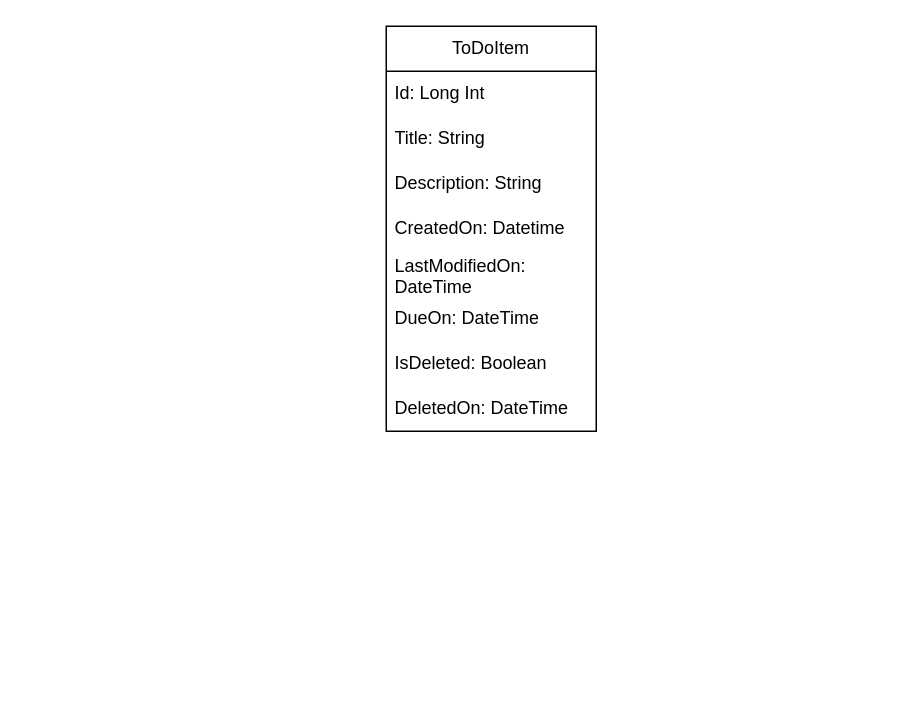
Above: docs/Entity Diagrams.drawio in RyanvanToorn/to-do-app (draw.io), before the change. Source tidied: cells renumbered, new cells numbered last; positions are measured from the earlier drawing's top-left corner, leaving out a move shared by most shapes. Both pictures are drawn from the tidied source at 150%, with x=0, y=0 at pixel (386, 26).
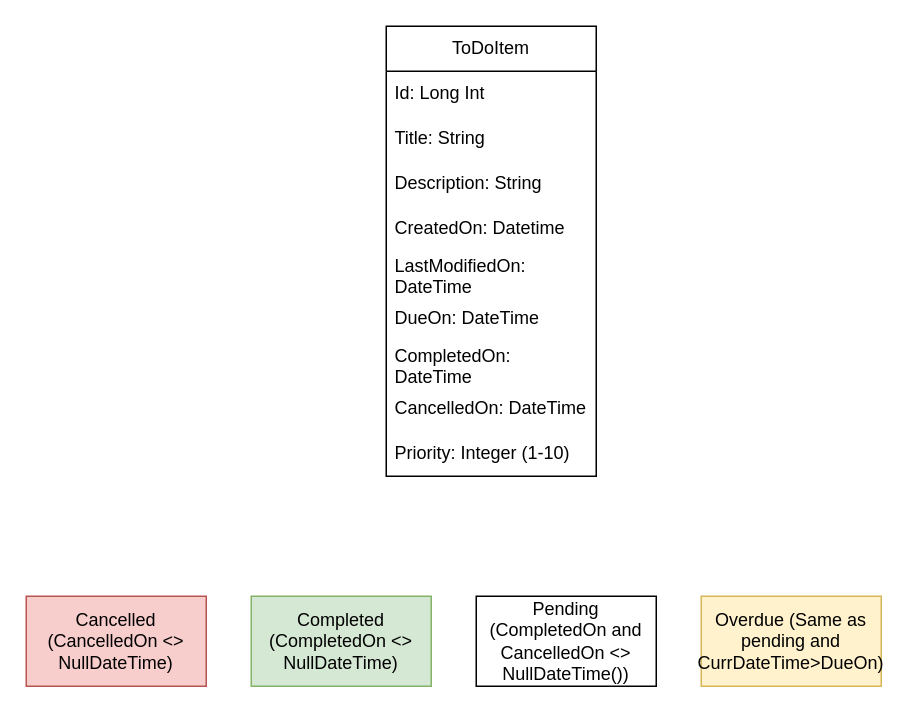
The same diagram, later.

The edit, as a diff of the source:
```diff
@@
 <mxGraphModel>
   <root>
     <mxCell id="0" />
     <mxCell id="1" parent="0" />
     <mxCell id="2" value="ToDoItem" style="swimlane;fontStyle=0;horizontal=1;startSize=30;whiteSpace=wrap;html=1;" parent="1" vertex="1">
-      <mxGeometry width="140" height="270" as="geometry" />
+      <mxGeometry width="140" height="300" as="geometry" />
     </mxCell>
     <mxCell id="3" value="Id: Long Int" style="text;strokeColor=none;fillColor=none;align=left;verticalAlign=middle;spacingLeft=4;spacingRight=4;overflow=hidden;whiteSpace=wrap;html=1;" parent="2" vertex="1">
       <mxGeometry y="30" width="140" height="30" as="geometry" />
     </mxCell>
     <mxCell id="4" value="Title: String" style="text;strokeColor=none;fillColor=none;align=left;verticalAlign=middle;spacingLeft=4;spacingRight=4;overflow=hidden;whiteSpace=wrap;html=1;" parent="2" vertex="1">
       <mxGeometry y="60" width="140" height="30" as="geometry" />
     </mxCell>
     <mxCell id="5" value="Description: String" style="text;strokeColor=none;fillColor=none;align=left;verticalAlign=middle;spacingLeft=4;spacingRight=4;overflow=hidden;whiteSpace=wrap;html=1;" parent="2" vertex="1">
       <mxGeometry y="90" width="140" height="30" as="geometry" />
     </mxCell>
     <mxCell id="6" value="CreatedOn: Datetime" style="text;strokeColor=none;fillColor=none;align=left;verticalAlign=middle;spacingLeft=4;spacingRight=4;overflow=hidden;whiteSpace=wrap;html=1;" parent="2" vertex="1">
       <mxGeometry y="120" width="140" height="30" as="geometry" />
     </mxCell>
     <mxCell id="7" value="LastModifiedOn: DateTime" style="text;strokeColor=none;fillColor=none;align=left;verticalAlign=middle;spacingLeft=4;spacingRight=4;overflow=hidden;whiteSpace=wrap;html=1;" parent="2" vertex="1">
       <mxGeometry y="150" width="140" height="30" as="geometry" />
     </mxCell>
     <mxCell id="8" value="DueOn: DateTime" style="text;strokeColor=none;fillColor=none;align=left;verticalAlign=middle;spacingLeft=4;spacingRight=4;overflow=hidden;whiteSpace=wrap;html=1;" parent="2" vertex="1">
       <mxGeometry y="180" width="140" height="30" as="geometry" />
     </mxCell>
-    <mxCell id="9" value="IsDeleted: Boolean" style="text;strokeColor=none;fillColor=none;align=left;verticalAlign=middle;spacingLeft=4;spacingRight=4;overflow=hidden;whiteSpace=wrap;html=1;" parent="2" vertex="1">
-      <mxGeometry y="210" width="140" height="30" as="geometry" />
-    </mxCell>
-    <mxCell id="10" value="DeletedOn: DateTime" style="text;strokeColor=none;fillColor=none;align=left;verticalAlign=middle;spacingLeft=4;spacingRight=4;overflow=hidden;whiteSpace=wrap;html=1;" parent="2" vertex="1">
-      <mxGeometry y="240" width="140" height="30" as="geometry" />
-    </mxCell>
+    <mxCell id="11" value="CompletedOn: DateTime" style="text;strokeColor=none;fillColor=none;align=left;verticalAlign=middle;spacingLeft=4;spacingRight=4;overflow=hidden;whiteSpace=wrap;html=1;" parent="2" vertex="1">
+      <mxGeometry y="210" width="140" height="30" as="geometry" />
+    </mxCell>
+    <mxCell id="12" value="CancelledOn: DateTime" style="text;strokeColor=none;fillColor=none;align=left;verticalAlign=middle;spacingLeft=4;spacingRight=4;overflow=hidden;whiteSpace=wrap;html=1;" parent="2" vertex="1">
+      <mxGeometry y="240" width="140" height="30" as="geometry" />
+    </mxCell>
+    <mxCell id="13" value="Priority: Integer (1-10)" style="text;strokeColor=none;fillColor=none;align=left;verticalAlign=middle;spacingLeft=4;spacingRight=4;overflow=hidden;whiteSpace=wrap;html=1;" parent="2" vertex="1">
+      <mxGeometry y="270" width="140" height="30" as="geometry" />
+    </mxCell>
+    <mxCell id="14" value="Cancelled (CancelledOn &amp;lt;&amp;gt; NullDateTime)" style="rounded=0;whiteSpace=wrap;html=1;fillColor=#f8cecc;strokeColor=#b85450;" parent="1" vertex="1">
+      <mxGeometry x="-240" y="380" width="120" height="60" as="geometry" />
+    </mxCell>
+    <mxCell id="15" value="Completed (CompletedOn &amp;lt;&amp;gt; NullDateTime)" style="rounded=0;whiteSpace=wrap;html=1;fillColor=#d5e8d4;strokeColor=#82b366;" parent="1" vertex="1">
+      <mxGeometry x="-90" y="380" width="120" height="60" as="geometry" />
+    </mxCell>
+    <mxCell id="16" value="Pending (CompletedOn and CancelledOn &amp;lt;&amp;gt; NullDateTime())" style="rounded=0;whiteSpace=wrap;html=1;" parent="1" vertex="1">
+      <mxGeometry x="60" y="380" width="120" height="60" as="geometry" />
+    </mxCell>
+    <mxCell id="17" value="Overdue (Same as pending and CurrDateTime&amp;gt;DueOn)" style="rounded=0;whiteSpace=wrap;html=1;fillColor=#fff2cc;strokeColor=#d6b656;" parent="1" vertex="1">
+      <mxGeometry x="210" y="380" width="120" height="60" as="geometry" />
+    </mxCell>
   </root>
 </mxGraphModel>
```
